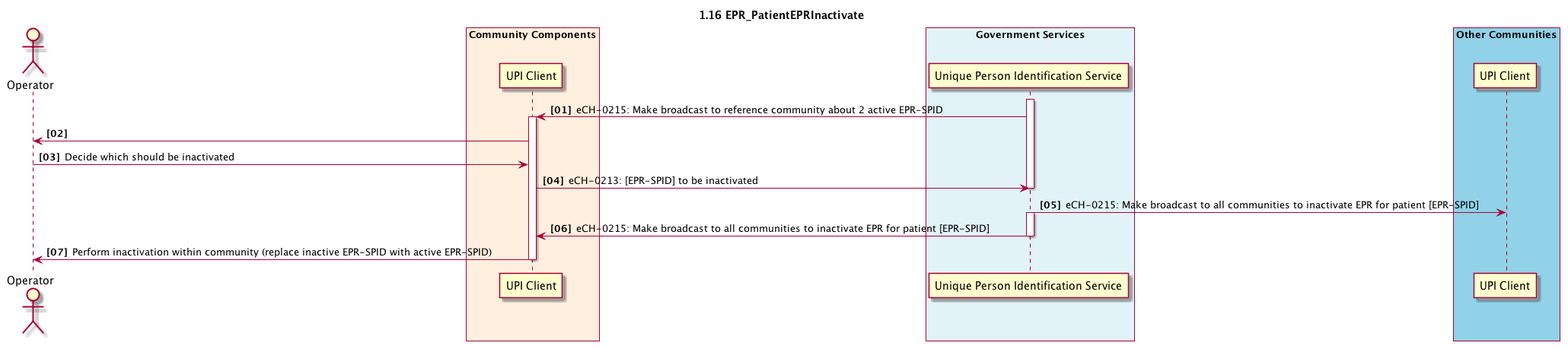
The PlantUML diagram 1_16_EPR_PatientEPRInactivate.plantuml.png in ahdis/ch-epr-seqdiag, before a commit.
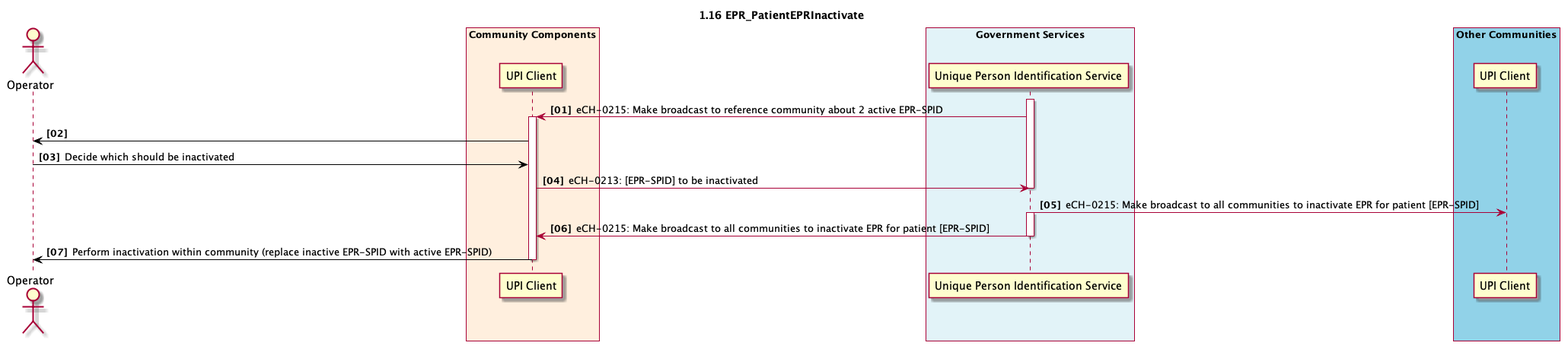
Later version of the same file.

The edit, as a diff of the source:
```diff
@@ -23,8 +23,8 @@
 gs_upi -> cc_upi_client: eCH-0215: Make broadcast to reference community about 2 active EPR-SPID
 activate cc_upi_client
 
-cc_upi_client -> admin
-admin -> cc_upi_client: Decide which should be inactivated
+cc_upi_client -[#black]> admin
+admin -[#black]> cc_upi_client: Decide which should be inactivated
 
 cc_upi_client->gs_upi: eCH-0213: [EPR-SPID] to be inactivated
 deactivate gs_upi
@@ -34,7 +34,7 @@
 
 gs_upi -> cc_upi_client: eCH-0215: Make broadcast to all communities to inactivate EPR for patient [EPR-SPID]
 deactivate gs_upi
-cc_upi_client -> admin: Perform inactivation within community (replace inactive EPR-SPID with active EPR-SPID)
+cc_upi_client -[#black]> admin: Perform inactivation within community (replace inactive EPR-SPID with active EPR-SPID)
 deactivate cc_upi_client
 
 
```
